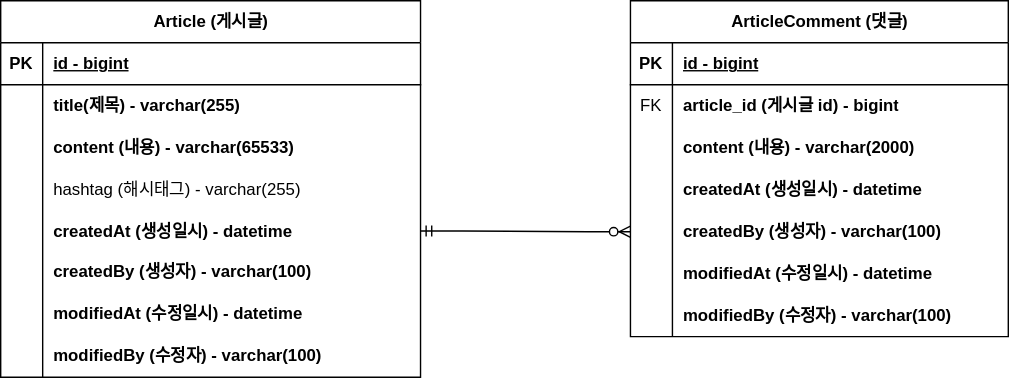
Before: document/project-board-erd.svg, a diagram exported from draw.io (JEONHYUNTAK/fastcampus-project-board). Source tidied: cells renumbered, new cells last; positions are measured from the earlier drawing's top-left corner, leaving out a move shared by most shapes.
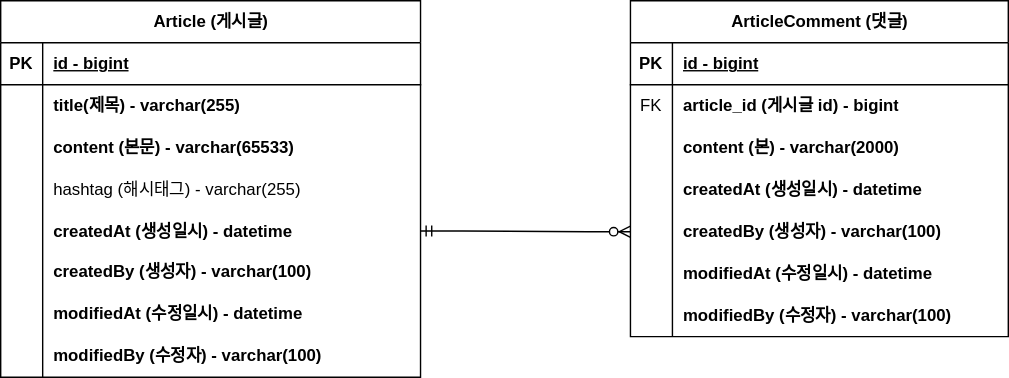
Later version of the same file.

Commit message:
#8 - ERD 주석 업데이트 : project-board-erd.svg

What changed in the source:
```diff
@@ -29,7 +29,7 @@
     <mxCell id="10" style="shape=partialRectangle;fillColor=none;top=0;left=0;bottom=0;right=0;overflow=hidden;whiteSpace=wrap;html=1;fontStyle=1;" parent="9" vertex="1">
       <mxGeometry width="30" height="30" as="geometry" />
     </mxCell>
-    <mxCell id="11" value="content (내용) - varchar(65533)" style="shape=partialRectangle;fillColor=none;top=0;left=0;bottom=0;right=0;align=left;spacingLeft=6;overflow=hidden;whiteSpace=wrap;html=1;fontStyle=1;" parent="9" vertex="1">
+    <mxCell id="11" value="content (본문) - varchar(65533)" style="shape=partialRectangle;fillColor=none;top=0;left=0;bottom=0;right=0;align=left;spacingLeft=6;overflow=hidden;whiteSpace=wrap;html=1;fontStyle=1;" parent="9" vertex="1">
       <mxGeometry x="30" width="270" height="30" as="geometry" />
     </mxCell>
     <mxCell id="12" style="shape=tableRow;horizontal=0;startSize=0;swimlaneHead=0;swimlaneBody=0;fillColor=none;top=0;left=0;right=0;bottom=0;fontStyle=1;" parent="2" vertex="1">
@@ -104,7 +104,7 @@
     <mxCell id="35" style="shape=partialRectangle;fillColor=none;top=0;left=0;bottom=0;right=0;overflow=hidden;whiteSpace=wrap;html=1;" parent="34" vertex="1">
       <mxGeometry width="30" height="30" as="geometry" />
     </mxCell>
-    <mxCell id="36" value="content (내용) - varchar(2000)" style="shape=partialRectangle;fillColor=none;top=0;left=0;bottom=0;right=0;align=left;spacingLeft=6;overflow=hidden;whiteSpace=wrap;html=1;fontStyle=1;" parent="34" vertex="1">
+    <mxCell id="36" value="content (본) - varchar(2000)" style="shape=partialRectangle;fillColor=none;top=0;left=0;bottom=0;right=0;align=left;spacingLeft=6;overflow=hidden;whiteSpace=wrap;html=1;fontStyle=1;" parent="34" vertex="1">
       <mxGeometry x="30" width="240" height="30" as="geometry" />
     </mxCell>
     <mxCell id="37" style="shape=tableRow;horizontal=0;startSize=0;swimlaneHead=0;swimlaneBody=0;fillColor=none;top=0;left=0;right=0;bottom=0;" parent="27" vertex="1">
```
